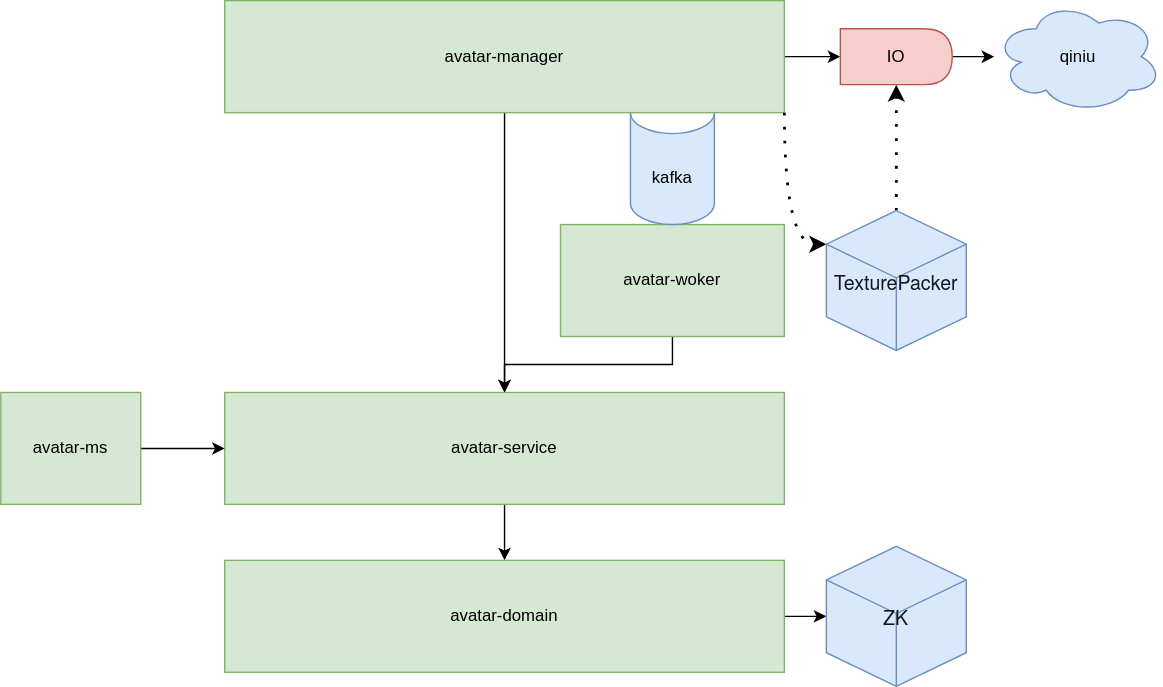
The draw.io diagram avatar_conf_tool.drawio.svg in fsdmp/diagrams, before a commit. Source tidied: cells renumbered, new cells last; positions are measured from the earlier drawing's top-left corner, leaving out a move shared by most shapes.
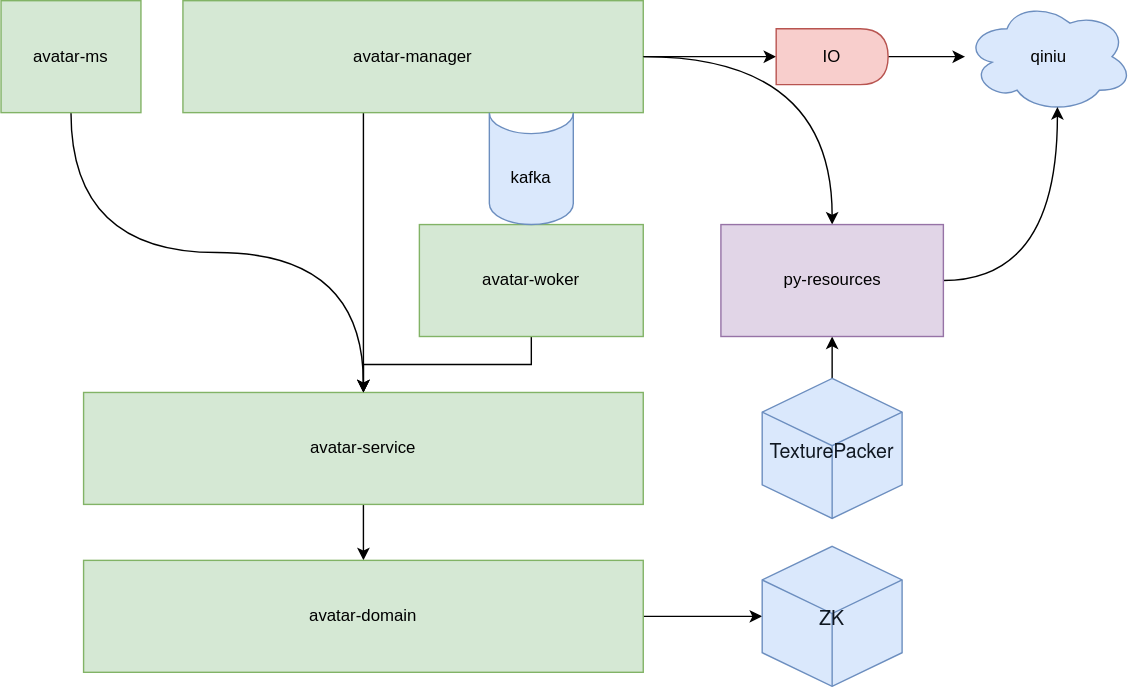
After the commit.

What changed in the source:
```diff
@@ -3,13 +3,18 @@
     <mxCell id="0" />
     <mxCell id="1" parent="0" />
     <mxCell id="2" style="edgeStyle=orthogonalEdgeStyle;rounded=0;jettySize=auto;html=1;" parent="1" edge="1" source="4" target="6">
-      <mxGeometry relative="1" as="geometry" />
+      <mxGeometry relative="1" as="geometry">
+        <Array as="points">
+          <mxPoint x="360" y="130" />
+          <mxPoint x="360" y="130" />
+        </Array>
+      </mxGeometry>
     </mxCell>
     <mxCell id="3" style="edgeStyle=orthogonalEdgeStyle;rounded=0;jettySize=auto;html=1;" parent="1" edge="1" source="4" target="16">
       <mxGeometry relative="1" as="geometry" />
     </mxCell>
     <mxCell id="4" value="avatar-manager" style="rounded=0;whiteSpace=wrap;html=1;fillColor=#d5e8d4;strokeColor=#82b366;" parent="1" vertex="1">
-      <mxGeometry x="160" width="400" height="80" as="geometry" />
+      <mxGeometry x="231" width="329" height="80" as="geometry" />
     </mxCell>
     <mxCell id="5" style="edgeStyle=orthogonalEdgeStyle;rounded=0;jettySize=auto;html=1;" parent="1" edge="1" source="6" target="8">
       <mxGeometry relative="1" as="geometry" />
@@ -32,32 +37,38 @@
     <mxCell id="11" value="kafka" style="shape=cylinder3;whiteSpace=wrap;html=1;boundedLbl=1;backgroundOutline=1;size=15;lid=0;fillColor=#dae8fc;strokeColor=#6c8ebf;" parent="1" vertex="1">
       <mxGeometry x="450" y="80" width="60" height="80" as="geometry" />
     </mxCell>
-    <mxCell id="12" style="edgeStyle=orthogonalEdgeStyle;curved=1;rounded=0;jettySize=auto;html=1;entryX=0.5;entryY=1;entryDx=0;entryDy=0;dashed=1;elbow=vertical;strokeWidth=2;dashPattern=1 4;" parent="1" edge="1" source="13" target="16">
-      <mxGeometry relative="1" as="geometry" />
-    </mxCell>
+    <mxCell id="21" style="edgeStyle=orthogonalEdgeStyle;curved=1;rounded=0;jettySize=auto;html=1;strokeWidth=1;elbow=vertical;" parent="1" edge="1" source="13" target="24">
+      <mxGeometry relative="1" as="geometry" />
+    </mxCell>
     <mxCell id="13" value="&lt;p class=&quot;p1&quot; style=&quot;margin: 0px ; font-stretch: normal ; font-size: 14px ; line-height: normal ; font-family: &amp;#34;helvetica neue&amp;#34; ; color: rgb(15 , 23 , 33)&quot;&gt;TexturePacker&lt;/p&gt;" style="whiteSpace=wrap;html=1;shape=mxgraph.basic.isocube;isoAngle=15;fillColor=#dae8fc;strokeColor=#6c8ebf;" parent="1" vertex="1">
-      <mxGeometry x="590" y="150" width="100" height="100" as="geometry" />
+      <mxGeometry x="645" y="270" width="100" height="100" as="geometry" />
     </mxCell>
     <mxCell id="14" value="qiniu" style="ellipse;shape=cloud;whiteSpace=wrap;html=1;fillColor=#dae8fc;strokeColor=#6c8ebf;" parent="1" vertex="1">
-      <mxGeometry x="710" width="120" height="80" as="geometry" />
+      <mxGeometry x="790" width="120" height="80" as="geometry" />
     </mxCell>
     <mxCell id="15" style="edgeStyle=orthogonalEdgeStyle;rounded=0;jettySize=auto;html=1;" parent="1" edge="1" source="16" target="14">
       <mxGeometry relative="1" as="geometry" />
     </mxCell>
+    <mxCell id="22" style="edgeStyle=orthogonalEdgeStyle;curved=1;rounded=0;jettySize=auto;html=1;strokeWidth=1;elbow=vertical;exitX=1;exitY=0.5;exitDx=0;exitDy=0;" parent="1" edge="1" source="4" target="24">
+      <mxGeometry relative="1" as="geometry" />
+    </mxCell>
     <mxCell id="16" value="IO" style="shape=delay;whiteSpace=wrap;html=1;fillColor=#f8cecc;strokeColor=#b85450;" parent="1" vertex="1">
-      <mxGeometry x="600" y="20" width="80" height="40" as="geometry" />
+      <mxGeometry x="655" y="20" width="80" height="40" as="geometry" />
     </mxCell>
     <mxCell id="17" value="&lt;p class=&quot;p1&quot; style=&quot;margin: 0px ; font-stretch: normal ; font-size: 14px ; line-height: normal ; font-family: &amp;#34;helvetica neue&amp;#34; ; color: rgb(15 , 23 , 33)&quot;&gt;ZK&lt;/p&gt;" style="whiteSpace=wrap;html=1;shape=mxgraph.basic.isocube;isoAngle=15;fillColor=#dae8fc;strokeColor=#6c8ebf;" parent="1" vertex="1">
-      <mxGeometry x="590" y="390" width="100" height="100" as="geometry" />
+      <mxGeometry x="645" y="390" width="100" height="100" as="geometry" />
     </mxCell>
     <mxCell id="18" style="edgeStyle=orthogonalEdgeStyle;curved=1;rounded=0;jettySize=auto;html=1;strokeWidth=1;elbow=vertical;" parent="1" edge="1" source="19" target="6">
       <mxGeometry relative="1" as="geometry" />
     </mxCell>
     <mxCell id="19" value="avatar-ms" style="rounded=0;whiteSpace=wrap;html=1;fillColor=#d5e8d4;strokeColor=#82b366;" parent="1" vertex="1">
-      <mxGeometry y="280" width="100" height="80" as="geometry" />
+      <mxGeometry x="101" width="100" height="80" as="geometry" />
     </mxCell>
-    <mxCell id="20" style="edgeStyle=orthogonalEdgeStyle;curved=1;rounded=0;jettySize=auto;html=1;entryX=0;entryY=0;entryDx=0;entryDy=24.0078759080116;dashed=1;elbow=vertical;strokeWidth=2;dashPattern=1 4;exitX=1;exitY=1;exitDx=0;exitDy=0;entryPerimeter=0;" parent="1" edge="1" source="4" target="13">
-      <mxGeometry relative="1" as="geometry" />
-    </mxCell>
+    <mxCell id="23" style="edgeStyle=orthogonalEdgeStyle;curved=1;rounded=0;jettySize=auto;html=1;entryX=0.55;entryY=0.95;entryDx=0;entryDy=0;entryPerimeter=0;strokeWidth=1;elbow=vertical;exitX=1;exitY=0.5;exitDx=0;exitDy=0;" parent="1" edge="1" source="24" target="14">
+      <mxGeometry relative="1" as="geometry" />
+    </mxCell>
+    <mxCell id="24" value="py-resources" style="rounded=0;whiteSpace=wrap;html=1;verticalAlign=middle;fillColor=#e1d5e7;strokeColor=#9673a6;" parent="1" vertex="1">
+      <mxGeometry x="615.5" y="160" width="159" height="80" as="geometry" />
+    </mxCell>
   </root>
 </mxGraphModel>
```
